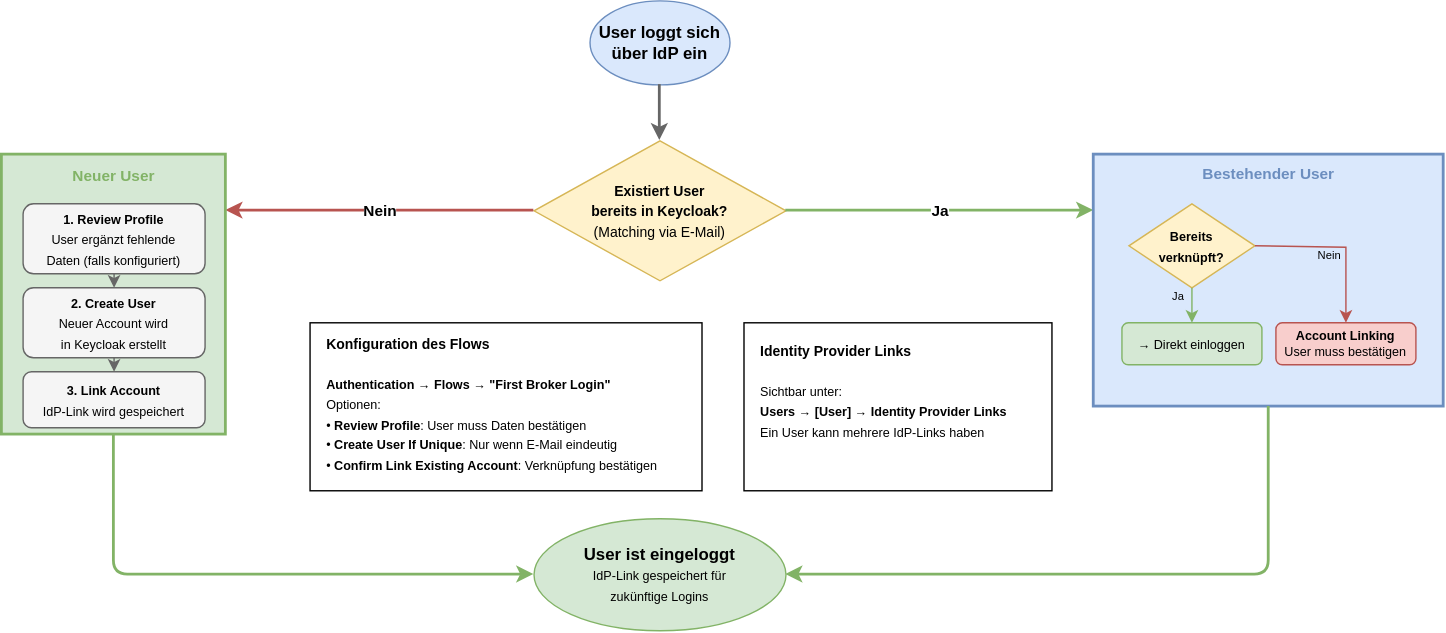
The draw.io diagram slides/07-identity-provider-foederation/images/first_broker_login.drawio.svg in it-erben/training-keycloak, before a commit. Source tidied: cells renumbered, new cells last; positions are measured from the earlier drawing's top-left corner, leaving out a move shared by most shapes. Its diagram source:
```xml
<mxGraphModel>
  <root>
    <mxCell id="0" />
    <mxCell id="1" parent="0" />
    <mxCell id="2" value="&lt;b&gt;User loggt sich&lt;br&gt;über IdP ein&lt;/b&gt;" style="ellipse;whiteSpace=wrap;html=1;fillColor=#dae8fc;strokeColor=#6c8ebf;" parent="1" vertex="1">
      <mxGeometry x="420" width="100" height="60" as="geometry" />
    </mxCell>
    <mxCell id="3" style="endArrow=classic;html=1;strokeWidth=2;strokeColor=#666666;" parent="1" edge="1">
      <mxGeometry relative="1" as="geometry">
        <mxPoint x="470" y="60" as="sourcePoint" />
        <mxPoint x="470" y="100" as="targetPoint" />
      </mxGeometry>
    </mxCell>
    <mxCell id="4" value="&lt;font style=&quot;font-size:10px&quot;&gt;&lt;b&gt;Existiert User&lt;br&gt;bereits in Keycloak?&lt;/b&gt;&lt;br&gt;(Matching via E-Mail)&lt;/font&gt;" style="rhombus;whiteSpace=wrap;html=1;fillColor=#fff2cc;strokeColor=#d6b656;" parent="1" vertex="1">
      <mxGeometry x="380" y="100" width="180" height="100" as="geometry" />
    </mxCell>
    <mxCell id="5" value="&lt;b&gt;Nein&lt;/b&gt;" style="endArrow=classic;html=1;strokeWidth=2;strokeColor=#b85450;fillColor=#f8cecc;" parent="1" edge="1">
      <mxGeometry relative="1" as="geometry">
        <mxPoint x="380" y="150" as="sourcePoint" />
        <mxPoint x="160" y="150" as="targetPoint" />
      </mxGeometry>
    </mxCell>
    <mxCell id="6" style="edgeStyle=orthogonalEdgeStyle;html=1;entryX=0;entryY=0.5;entryDx=0;entryDy=0;exitX=0.5;exitY=1;exitDx=0;exitDy=0;fillColor=#d5e8d4;strokeColor=#82b366;strokeWidth=2;" parent="1" edge="1" source="7" target="22">
      <mxGeometry relative="1" as="geometry" />
    </mxCell>
    <mxCell id="7" style="rounded=0;whiteSpace=wrap;html=1;fillColor=#d5e8d4;strokeColor=#82b366;strokeWidth=2;" parent="1" vertex="1">
      <mxGeometry y="110" width="160" height="200" as="geometry" />
    </mxCell>
    <mxCell id="8" value="&lt;b&gt;Neuer User&lt;/b&gt;" style="text;html=1;strokeColor=none;fillColor=none;align=center;verticalAlign=middle;whiteSpace=wrap;rounded=0;fontColor=#82b366;fontSize=11;" parent="1" vertex="1">
      <mxGeometry x="35" y="115" width="90" height="20" as="geometry" />
    </mxCell>
    <mxCell id="9" value="&lt;font style=&quot;font-size:9px&quot;&gt;&lt;b&gt;1. Review Profile&lt;/b&gt;&lt;br&gt;User ergänzt fehlende&lt;br&gt;Daten (falls konfiguriert)&lt;/font&gt;" style="rounded=1;whiteSpace=wrap;html=1;fillColor=#f5f5f5;strokeColor=#666666;" parent="1" vertex="1">
      <mxGeometry x="15" y="145" width="130" height="50" as="geometry" />
    </mxCell>
    <mxCell id="10" value="&lt;font style=&quot;font-size:9px&quot;&gt;&lt;b&gt;2. Create User&lt;/b&gt;&lt;br&gt;Neuer Account wird&lt;br&gt;in Keycloak erstellt&lt;/font&gt;" style="rounded=1;whiteSpace=wrap;html=1;fillColor=#f5f5f5;strokeColor=#666666;" parent="1" vertex="1">
      <mxGeometry x="15" y="205" width="130" height="50" as="geometry" />
    </mxCell>
    <mxCell id="11" value="&lt;font style=&quot;font-size:9px&quot;&gt;&lt;b&gt;3. Link Account&lt;/b&gt;&lt;br&gt;IdP-Link wird gespeichert&lt;/font&gt;" style="rounded=1;whiteSpace=wrap;html=1;fillColor=#f5f5f5;strokeColor=#666666;" parent="1" vertex="1">
      <mxGeometry x="15" y="265" width="130" height="40" as="geometry" />
    </mxCell>
    <mxCell id="12" style="endArrow=classic;html=1;strokeWidth=1;strokeColor=#666666;" parent="1" edge="1">
      <mxGeometry relative="1" as="geometry">
        <mxPoint x="80" y="195" as="sourcePoint" />
        <mxPoint x="80" y="205" as="targetPoint" />
      </mxGeometry>
    </mxCell>
    <mxCell id="13" style="endArrow=classic;html=1;strokeWidth=1;strokeColor=#666666;" parent="1" edge="1">
      <mxGeometry relative="1" as="geometry">
        <mxPoint x="80" y="255" as="sourcePoint" />
        <mxPoint x="80" y="265" as="targetPoint" />
      </mxGeometry>
    </mxCell>
    <mxCell id="14" value="&lt;b&gt;Ja&lt;/b&gt;" style="endArrow=classic;html=1;strokeWidth=2;strokeColor=#82b366;fillColor=#d5e8d4;" parent="1" edge="1">
      <mxGeometry relative="1" as="geometry">
        <mxPoint x="560" y="150" as="sourcePoint" />
        <mxPoint x="780" y="150" as="targetPoint" />
      </mxGeometry>
    </mxCell>
    <mxCell id="15" value="&lt;b style=&quot;forced-color-adjust: none; color: rgb(108, 142, 191); font-family: Helvetica; font-size: 11px; font-style: normal; font-variant-ligatures: normal; font-variant-caps: normal; letter-spacing: normal; orphans: 2; text-align: center; text-indent: 0px; text-transform: none; widows: 2; word-spacing: 0px; -webkit-text-stroke-width: 0px; white-space: normal; text-decoration-thickness: initial; text-decoration-style: initial; text-decoration-color: initial;&quot;&gt;Bestehender User&lt;/b&gt;" style="rounded=0;whiteSpace=wrap;html=1;fillColor=#dae8fc;strokeColor=#6c8ebf;strokeWidth=2;verticalAlign=top;" parent="1" vertex="1">
      <mxGeometry x="780" y="110" width="250" height="180" as="geometry" />
    </mxCell>
    <mxCell id="16" value="&lt;font style=&quot;font-size:9px&quot;&gt;&lt;b&gt;Bereits&lt;br&gt;verknüpft?&lt;/b&gt;&lt;/font&gt;" style="rhombus;whiteSpace=wrap;html=1;fillColor=#fff2cc;strokeColor=#d6b656;" parent="1" vertex="1">
      <mxGeometry x="805" y="145" width="90" height="60" as="geometry" />
    </mxCell>
    <mxCell id="17" value="&lt;font style=&quot;font-size:8px&quot;&gt;Ja&lt;/font&gt;" style="endArrow=classic;html=1;strokeWidth=1;strokeColor=#82b366;labelBackgroundColor=none;entryX=0.5;entryY=0;entryDx=0;entryDy=0;exitX=0.5;exitY=1;exitDx=0;exitDy=0;" parent="1" edge="1" source="16" target="18">
      <mxGeometry x="-0.6" y="-10" relative="1" as="geometry" />
    </mxCell>
    <mxCell id="18" value="&lt;font style=&quot;font-size:9px&quot;&gt;→ Direkt einloggen&lt;/font&gt;" style="rounded=1;whiteSpace=wrap;html=1;fillColor=#d5e8d4;strokeColor=#82b366;" parent="1" vertex="1">
      <mxGeometry x="800" y="230" width="100" height="30" as="geometry" />
    </mxCell>
    <mxCell id="19" value="&lt;font style=&quot;font-size:8px&quot;&gt;Nein&lt;/font&gt;" style="endArrow=classic;html=1;strokeWidth=1;strokeColor=#b85450;labelBackgroundColor=none;exitX=1;exitY=0.5;exitDx=0;exitDy=0;entryX=0.5;entryY=0;entryDx=0;entryDy=0;rounded=0;curved=0;" parent="1" edge="1" source="16" target="21">
      <mxGeometry x="-0.11" y="-5" relative="1" as="geometry">
        <Array as="points">
          <mxPoint x="960" y="176" />
        </Array>
      </mxGeometry>
    </mxCell>
    <mxCell id="20" style="edgeStyle=orthogonalEdgeStyle;html=1;entryX=1;entryY=0.5;entryDx=0;entryDy=0;fillColor=#d5e8d4;strokeColor=#82b366;strokeWidth=2;exitX=0.5;exitY=1;exitDx=0;exitDy=0;" parent="1" edge="1" source="15" target="22">
      <mxGeometry relative="1" as="geometry" />
    </mxCell>
    <mxCell id="21" value="&lt;font style=&quot;line-height: 50%;&quot;&gt;&lt;b&gt;Account Linking&lt;/b&gt;&lt;br&gt;User muss bestätigen&lt;/font&gt;" style="rounded=1;html=1;fillColor=#f8cecc;strokeColor=#b85450;spacing=0;whiteSpace=wrap;fontSize=9;" parent="1" vertex="1">
      <mxGeometry x="910" y="230" width="100" height="30" as="geometry" />
    </mxCell>
    <mxCell id="22" value="&lt;b&gt;User ist eingeloggt&lt;/b&gt;&lt;br&gt;&lt;font style=&quot;font-size:9px&quot;&gt;IdP-Link gespeichert für&lt;br&gt;zukünftige Logins&lt;/font&gt;" style="ellipse;whiteSpace=wrap;html=1;fillColor=#d5e8d4;strokeColor=#82b366;" parent="1" vertex="1">
      <mxGeometry x="380" y="370" width="180" height="80" as="geometry" />
    </mxCell>
    <mxCell id="23" style="rounded=0;whiteSpace=wrap;html=1;strokeWidth=1;noLabel=1;" parent="1" vertex="1">
      <mxGeometry x="220" y="230" width="280" height="120" as="geometry" />
    </mxCell>
    <mxCell id="24" value="&lt;b style=&quot;font-size:10px&quot;&gt;Konfiguration des Flows&lt;/b&gt;" style="text;html=1;strokeColor=none;fillColor=none;align=left;verticalAlign=middle;whiteSpace=wrap;rounded=0;fontColor=#000000;" parent="1" vertex="1">
      <mxGeometry x="230" y="235" width="180" height="20" as="geometry" />
    </mxCell>
    <mxCell id="25" value="&lt;font style=&quot;font-size:9px&quot;&gt;&lt;b&gt;Authentication → Flows → &quot;First Broker Login&quot;&lt;/b&gt;&lt;br&gt;Optionen:&lt;br&gt;• &lt;b&gt;Review Profile&lt;/b&gt;: User muss Daten bestätigen&lt;br&gt;• &lt;b&gt;Create User If Unique&lt;/b&gt;: Nur wenn E-Mail eindeutig&lt;br&gt;• &lt;b&gt;Confirm Link Existing Account&lt;/b&gt;: Verknüpfung bestätigen&lt;/font&gt;" style="text;html=1;strokeColor=none;fillColor=none;align=left;verticalAlign=top;whiteSpace=wrap;rounded=0;" parent="1" vertex="1">
      <mxGeometry x="230" y="260" width="260" height="75" as="geometry" />
    </mxCell>
    <mxCell id="26" style="rounded=0;whiteSpace=wrap;html=1;strokeWidth=1;" parent="1" vertex="1">
      <mxGeometry x="530" y="230" width="220" height="120" as="geometry" />
    </mxCell>
    <mxCell id="27" value="&lt;b style=&quot;font-size:10px&quot;&gt;Identity Provider Links&lt;/b&gt;" style="text;html=1;strokeColor=none;fillColor=none;align=left;verticalAlign=middle;whiteSpace=wrap;rounded=0;fontColor=#000000;" parent="1" vertex="1">
      <mxGeometry x="540" y="240" width="150" height="20" as="geometry" />
    </mxCell>
    <mxCell id="28" value="&lt;font style=&quot;font-size:9px&quot;&gt;Sichtbar unter:&lt;br&gt;&lt;b&gt;Users → [User] → Identity Provider Links&lt;/b&gt;&lt;br&gt;Ein User kann mehrere IdP-Links haben&lt;/font&gt;" style="text;html=1;strokeColor=none;fillColor=none;align=left;verticalAlign=top;whiteSpace=wrap;rounded=0;" parent="1" vertex="1">
      <mxGeometry x="540" y="265" width="210" height="90" as="geometry" />
    </mxCell>
  </root>
</mxGraphModel>
```
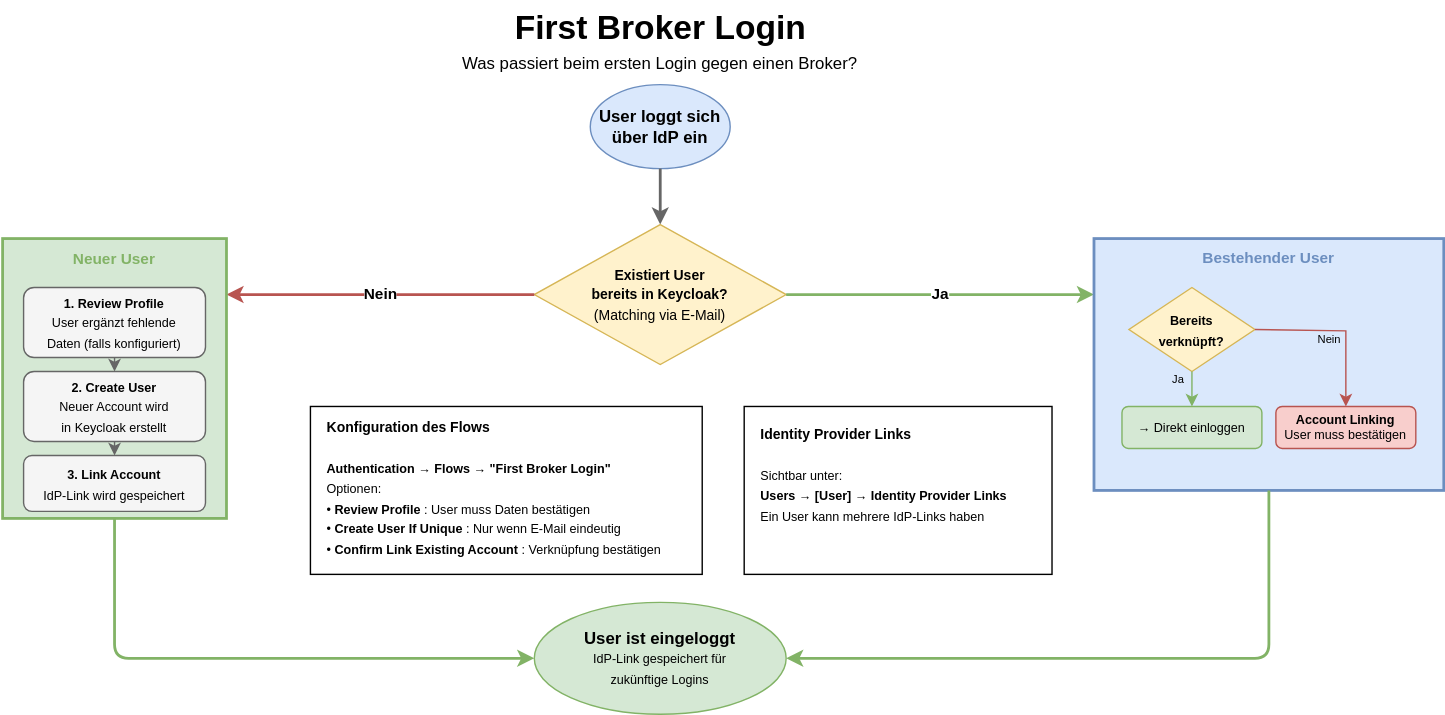
After the commit.

What changed in the source:
```diff
@@ -102,5 +102,11 @@
     <mxCell id="28" value="&lt;font style=&quot;font-size:9px&quot;&gt;Sichtbar unter:&lt;br&gt;&lt;b&gt;Users → [User] → Identity Provider Links&lt;/b&gt;&lt;br&gt;Ein User kann mehrere IdP-Links haben&lt;/font&gt;" style="text;html=1;strokeColor=none;fillColor=none;align=left;verticalAlign=top;whiteSpace=wrap;rounded=0;" parent="1" vertex="1">
       <mxGeometry x="540" y="265" width="210" height="90" as="geometry" />
     </mxCell>
+    <mxCell id="29" value="First Broker Login" style="text;strokeColor=none;fillColor=none;html=1;fontSize=24;fontStyle=1;verticalAlign=middle;align=center;" parent="1" vertex="1">
+      <mxGeometry x="420" y="-60" width="100" height="40" as="geometry" />
+    </mxCell>
+    <mxCell id="30" value="Was passiert beim ersten Login gegen einen Broker?" style="text;html=1;align=center;verticalAlign=middle;whiteSpace=wrap;rounded=0;" parent="1" vertex="1">
+      <mxGeometry x="325" y="-30" width="290" height="30" as="geometry" />
+    </mxCell>
   </root>
 </mxGraphModel>
```
